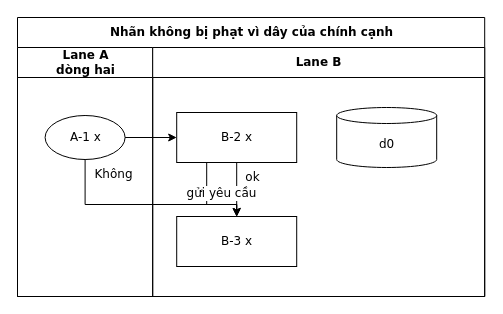
Above: conformance/golden/cases/54-label-own-wire.drawio in luytbq/flowcast (draw.io), before the change. Source tidied: cells renumbered, new cells numbered last; positions are measured from the earlier drawing's top-left corner, leaving out a move shared by most shapes. Both pictures are drawn from the tidied source at 100%, with x=0, y=0 at pixel (17, 17).
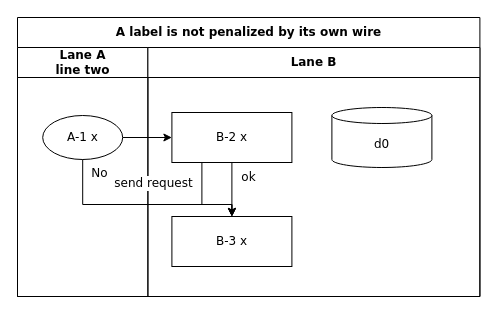
The same diagram, later.

The edit, as a diff of the source:
```diff
@@
 <mxGraphModel>
   <root>
     <mxCell id="0" />
     <mxCell id="1" parent="0" />
-    <mxCell id="2" value="Nhãn không bị phạt vì dây của chính cạnh" style="swimlane;html=1;startSize=30;fontStyle=1;fontFamily=Verdana;fontSize=12;flowtable=1;" parent="1" vertex="1">
-      <mxGeometry width="467.2" height="279" as="geometry" />
+    <mxCell id="2" value="A label is not penalized by its own wire" style="swimlane;html=1;startSize=30;fontStyle=1;fontFamily=Verdana;fontSize=12;flowtable=1;" parent="1" vertex="1">
+      <mxGeometry width="462.4" height="279" as="geometry" />
     </mxCell>
-    <mxCell id="3" value="Lane A&lt;br&gt;dòng hai" style="swimlane;html=1;startSize=30;fontFamily=Verdana;fontSize=12;flowtable=1;" parent="2" vertex="1">
-      <mxGeometry y="30" width="135.2" height="249" as="geometry" />
+    <mxCell id="3" value="Lane A&lt;br&gt;line two" style="swimlane;html=1;startSize=30;fontFamily=Verdana;fontSize=12;flowtable=1;" parent="2" vertex="1">
+      <mxGeometry y="30" width="130.4" height="249" as="geometry" />
     </mxCell>
     <mxCell id="4" value="Lane B" style="swimlane;html=1;startSize=30;fontFamily=Verdana;fontSize=12;flowtable=1;" parent="2" vertex="1">
-      <mxGeometry x="135.2" y="30" width="332" height="249" as="geometry" />
+      <mxGeometry x="130.4" y="30" width="332" height="249" as="geometry" />
     </mxCell>
     <mxCell id="5" value="A-1 x" style="ellipse;html=1;fontFamily=Verdana;fontSize=12;flowtable=1;" parent="3" vertex="1">
-      <mxGeometry x="27.6" y="68" width="80" height="44" as="geometry" />
+      <mxGeometry x="25.2" y="68" width="80" height="44" as="geometry" />
     </mxCell>
     <mxCell id="6" value="B-2 x" style="rounded=0;html=1;fontFamily=Verdana;fontSize=12;flowtable=1;" parent="4" vertex="1">
       <mxGeometry x="24" y="65" width="120" height="50" as="geometry" />
     </mxCell>
     <mxCell id="7" value="d0" style="shape=cylinder3;html=1;boundedLbl=1;backgroundOutline=1;size=8;fontFamily=Verdana;fontSize=12;flowtable=1;" parent="4" vertex="1">
       <mxGeometry x="184" y="60" width="100" height="60" as="geometry" />
     </mxCell>
     <mxCell id="8" value="B-3 x" style="rounded=0;html=1;fontFamily=Verdana;fontSize=12;flowtable=1;" parent="4" vertex="1">
       <mxGeometry x="24" y="169" width="120" height="50" as="geometry" />
     </mxCell>
     <mxCell id="9" style="edgeStyle=orthogonalEdgeStyle;rounded=0;jettySize=auto;html=1;labelBackgroundColor=default;exitX=1;exitY=0.5;exitDx=0;exitDy=0;entryX=0;entryY=0.5;entryDx=0;entryDy=0;fontFamily=Verdana;fontSize=12;flowtable=1;" parent="2" edge="1" source="5" target="6">
       <mxGeometry relative="1" as="geometry" />
     </mxCell>
-    <mxCell id="10" value="Không" style="edgeStyle=orthogonalEdgeStyle;rounded=0;jettySize=auto;html=1;labelBackgroundColor=default;exitX=0.5;exitY=1;exitDx=0;exitDy=0;entryX=0.5;entryY=0;entryDx=0;entryDy=0;fontFamily=Verdana;fontSize=12;flowtable=1;" parent="2" edge="1" source="5" target="8">
+    <mxCell id="10" value="No" style="edgeStyle=orthogonalEdgeStyle;rounded=0;jettySize=auto;html=1;labelBackgroundColor=default;exitX=0.5;exitY=1;exitDx=0;exitDy=0;entryX=0.5;entryY=0;entryDx=0;entryDy=0;fontFamily=Verdana;fontSize=12;flowtable=1;" parent="2" edge="1" source="5" target="8">
       <mxGeometry x="-0.86" relative="1" as="geometry">
         <Array as="points">
-          <mxPoint x="67.6" y="187" />
-          <mxPoint x="219.2" y="187" />
+          <mxPoint x="65.2" y="187" />
+          <mxPoint x="214.4" y="187" />
         </Array>
-        <mxPoint x="28.1" as="offset" />
+        <mxPoint x="17.1" as="offset" />
       </mxGeometry>
     </mxCell>
     <mxCell id="11" value="ok" style="edgeStyle=orthogonalEdgeStyle;rounded=0;jettySize=auto;html=1;labelBackgroundColor=default;exitX=0.5;exitY=1;exitDx=0;exitDy=0;entryX=0.5;entryY=0;entryDx=0;entryDy=0;fontFamily=Verdana;fontSize=12;flowtable=1;" parent="2" edge="1" source="6" target="8">
       <mxGeometry x="-0.46" relative="1" as="geometry">
         <mxPoint x="16.2" as="offset" />
       </mxGeometry>
     </mxCell>
-    <mxCell id="12" value="gửi yêu cầu" style="edgeStyle=orthogonalEdgeStyle;rounded=0;jettySize=auto;html=1;labelBackgroundColor=default;exitX=0.25;exitY=1;exitDx=0;exitDy=0;entryX=0.5;entryY=0;entryDx=0;entryDy=0;fontFamily=Verdana;fontSize=12;flowtable=1;" parent="2" edge="1" source="6" target="8">
-      <mxGeometry x="0.36" relative="1" as="geometry">
+    <mxCell id="12" value="send request" style="edgeStyle=orthogonalEdgeStyle;rounded=0;jettySize=auto;html=1;labelBackgroundColor=default;exitX=0.25;exitY=1;exitDx=0;exitDy=0;entryX=0.5;entryY=0;entryDx=0;entryDy=0;fontFamily=Verdana;fontSize=12;flowtable=1;" parent="2" edge="1" source="6" target="8">
+      <mxGeometry x="-0.5" relative="1" as="geometry">
         <Array as="points">
-          <mxPoint x="189.2" y="187" />
-          <mxPoint x="219.2" y="187" />
+          <mxPoint x="184.4" y="187" />
+          <mxPoint x="214.4" y="187" />
         </Array>
-        <mxPoint y="-11.5" as="offset" />
+        <mxPoint x="-48.1" as="offset" />
       </mxGeometry>
     </mxCell>
   </root>
 </mxGraphModel>
```
